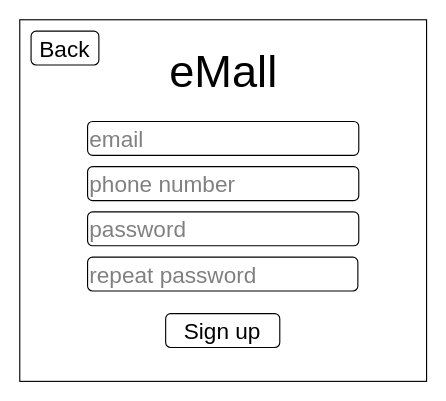
This is RASD/UI mockups/Signup page.drawio from NiccoloN/emall-polimi-softeng2-2023, a draw.io file, before an edit. Source tidied: cells renumbered, new cells numbered last; positions are measured from the earlier drawing's top-left corner, leaving out a move shared by most shapes. Both pictures are drawn from the tidied source at 113%, with x=0, y=0 at pixel (19, 19).
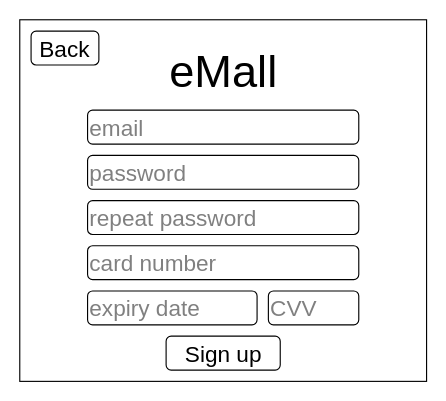
After the change.

What changed in the source:
```diff
@@
 <mxGraphModel>
   <root>
     <mxCell id="0" />
     <mxCell id="1" parent="0" />
     <mxCell id="2" style="rounded=0;whiteSpace=wrap;html=1;fontSize=20;" parent="1" vertex="1">
       <mxGeometry width="360" height="320" as="geometry" />
     </mxCell>
     <mxCell id="3" value="&lt;font style=&quot;font-size: 40px;&quot;&gt;eMall&lt;/font&gt;" style="text;html=1;strokeColor=none;fillColor=none;align=center;verticalAlign=middle;whiteSpace=wrap;rounded=0;" parent="1" vertex="1">
       <mxGeometry x="119.5" y="10" width="121" height="70" as="geometry" />
     </mxCell>
     <mxCell id="4" value="Sign up" style="rounded=1;whiteSpace=wrap;html=1;fontSize=20;" parent="1" vertex="1">
-      <mxGeometry x="129.1" y="260" width="101" height="30" as="geometry" />
+      <mxGeometry x="129.5" y="280" width="101" height="30" as="geometry" />
     </mxCell>
     <mxCell id="5" value="&lt;font color=&quot;#808080&quot;&gt;email&lt;/font&gt;" style="rounded=1;whiteSpace=wrap;html=1;fontSize=20;align=left;" parent="1" vertex="1">
-      <mxGeometry x="60" y="90" width="240" height="30" as="geometry" />
+      <mxGeometry x="60" y="80" width="240" height="30" as="geometry" />
     </mxCell>
     <mxCell id="6" value="&lt;font color=&quot;#808080&quot;&gt;password&lt;/font&gt;" style="rounded=1;whiteSpace=wrap;html=1;fontSize=20;align=left;" parent="1" vertex="1">
-      <mxGeometry x="60" y="170" width="240" height="30" as="geometry" />
+      <mxGeometry x="60" y="120" width="240" height="30" as="geometry" />
     </mxCell>
+    <mxCell id="9" value="&lt;font style=&quot;font-size: 20px;&quot;&gt;Back&lt;/font&gt;" style="rounded=1;whiteSpace=wrap;html=1;" parent="1" vertex="1">
+      <mxGeometry x="10" y="10" width="60" height="30" as="geometry" />
+    </mxCell>
     <mxCell id="7" value="&lt;font color=&quot;#808080&quot;&gt;repeat password&lt;/font&gt;" style="rounded=1;whiteSpace=wrap;html=1;fontSize=20;align=left;" parent="1" vertex="1">
-      <mxGeometry x="60" y="210" width="239.2" height="30" as="geometry" />
+      <mxGeometry x="60" y="160" width="240" height="30" as="geometry" />
     </mxCell>
-    <mxCell id="8" value="&lt;font color=&quot;#808080&quot;&gt;phone number&lt;/font&gt;" style="rounded=1;whiteSpace=wrap;html=1;fontSize=20;align=left;" parent="1" vertex="1">
-      <mxGeometry x="60" y="130" width="240" height="30" as="geometry" />
-    </mxCell>
-    <mxCell id="9" value="&lt;font style=&quot;font-size: 20px;&quot;&gt;Back&lt;/font&gt;" style="rounded=1;whiteSpace=wrap;html=1;" parent="1" vertex="1">
-      <mxGeometry x="10" y="10" width="60" height="30" as="geometry" />
-    </mxCell>
+    <mxCell id="10" value="&lt;font color=&quot;#808080&quot;&gt;card number&lt;/font&gt;" style="rounded=1;whiteSpace=wrap;html=1;fontSize=20;align=left;" parent="1" vertex="1">
+      <mxGeometry x="60" y="200" width="240" height="30" as="geometry" />
+    </mxCell>
+    <mxCell id="11" value="&lt;font color=&quot;#808080&quot;&gt;expiry date&lt;/font&gt;" style="rounded=1;whiteSpace=wrap;html=1;fontSize=20;align=left;" parent="1" vertex="1">
+      <mxGeometry x="60" y="240" width="150" height="30" as="geometry" />
+    </mxCell>
+    <mxCell id="12" value="&lt;font color=&quot;#808080&quot;&gt;CVV&lt;/font&gt;" style="rounded=1;whiteSpace=wrap;html=1;fontSize=20;align=left;" parent="1" vertex="1">
+      <mxGeometry x="220" y="240" width="80" height="30" as="geometry" />
+    </mxCell>
   </root>
 </mxGraphModel>
```
